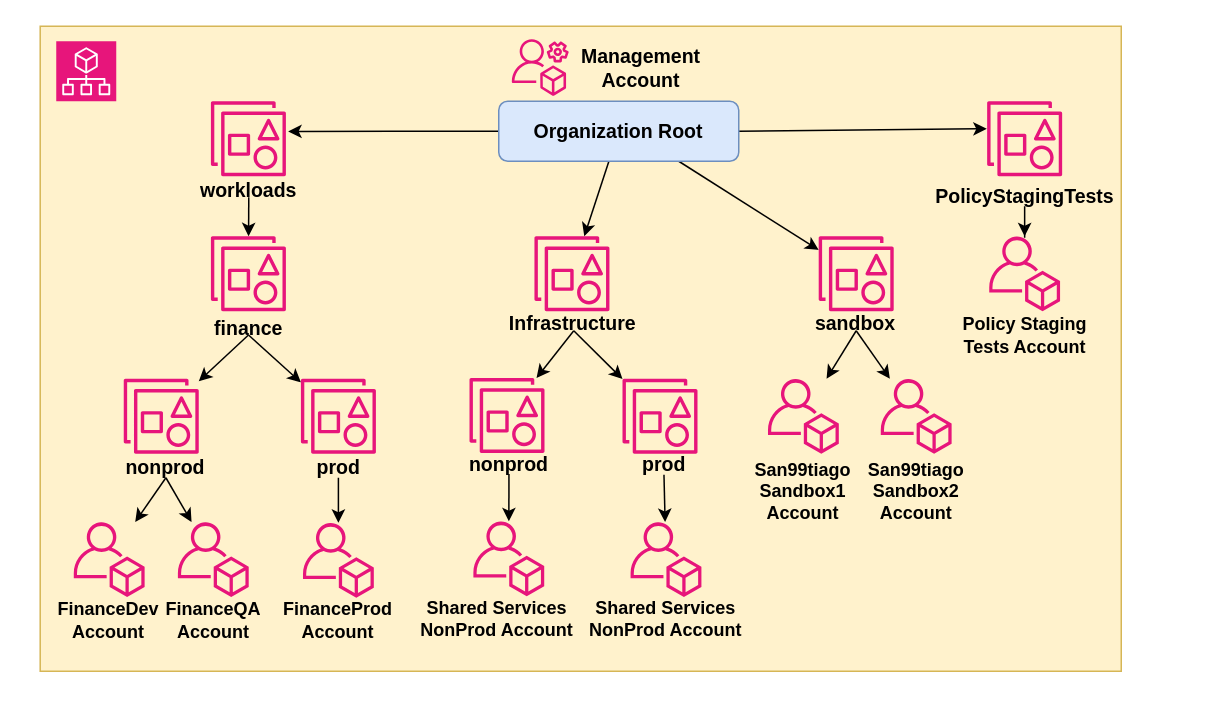
Before: assets/aws-cdk-organizations-demo.drawio in san99tiago/aws-cdk-organizations-demo, a draw.io diagram. Source tidied: cells renumbered, new cells numbered last; positions are measured from the earlier drawing's top-left corner, leaving out a move shared by most shapes. Both pictures are drawn from the tidied source at 150%, with x=0, y=0 at pixel (39, 26).
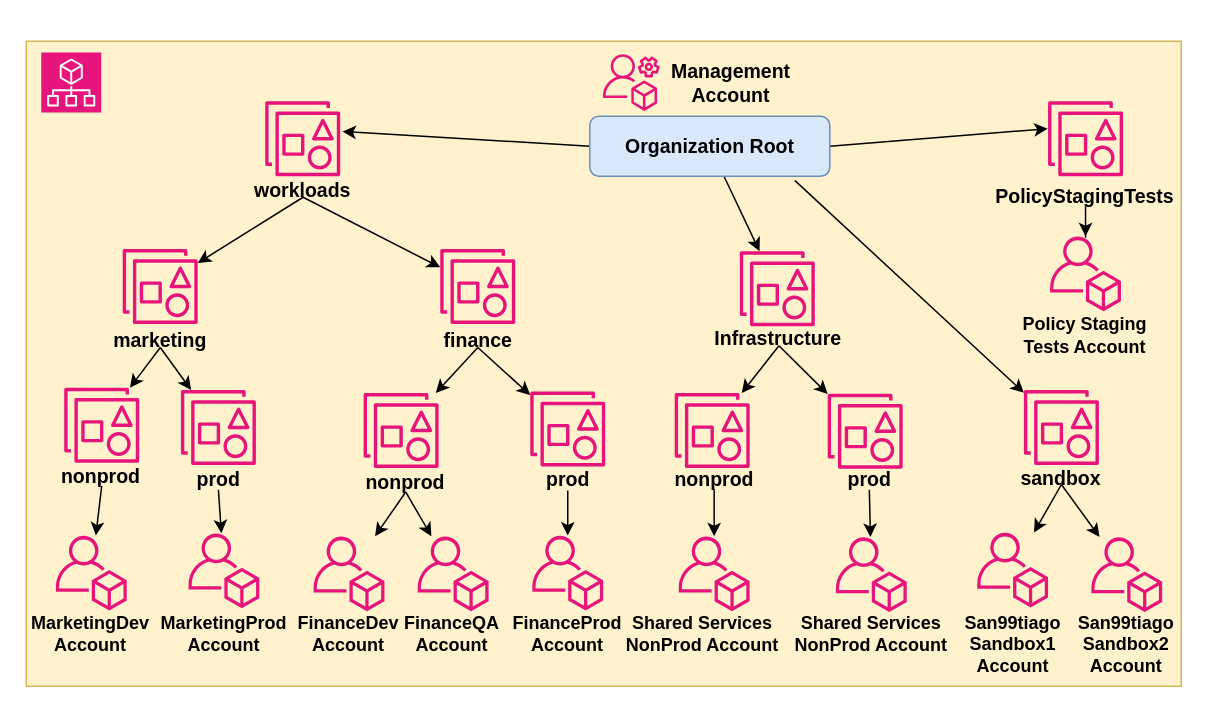
The same page after the edit.

Commit message (it also covers changes not shown here):
Add Marketing OUs and Accounts for DEMO purpose (#10)

Diff of the diagram source:
```diff
@@
     <mxCell id="2" style="rounded=0;whiteSpace=wrap;html=1;fillColor=#fff2cc;fontSize=13;strokeColor=#d6b656;fontStyle=1;" parent="1" vertex="1">
-      <mxGeometry x="0.3" width="720.7" height="430" as="geometry" />
+      <mxGeometry x="-9" y="10" width="770" height="430" as="geometry" />
     </mxCell>
     <mxCell id="3" style="sketch=0;fontColor=#232F3E;fillColor=#E7157B;strokeColor=#ffffff;dashed=0;verticalLabelPosition=bottom;verticalAlign=top;align=center;html=1;fontSize=13;fontStyle=1;shape=mxgraph.aws4.resourceIcon;resIcon=mxgraph.aws4.organizations;" parent="1" vertex="1">
-      <mxGeometry x="11" y="10" width="40" height="40" as="geometry" />
+      <mxGeometry x="1" y="17.5" width="40" height="40" as="geometry" />
     </mxCell>
     <mxCell id="4" style="sketch=0;fontColor=#232F3E;gradientColor=none;fillColor=#E7157B;strokeColor=none;dashed=0;verticalLabelPosition=bottom;verticalAlign=top;align=center;html=1;fontSize=13;fontStyle=1;shape=mxgraph.aws4.organizations_management_account;" parent="1" vertex="1">
-      <mxGeometry x="314.7" y="7.5" width="38" height="40" as="geometry" />
+      <mxGeometry x="375.4" y="17.5" width="38" height="40" as="geometry" />
     </mxCell>
     <mxCell id="5" style="sketch=0;outlineConnect=0;fontColor=#232F3E;gradientColor=none;fillColor=#E7157B;strokeColor=none;dashed=0;verticalLabelPosition=bottom;verticalAlign=top;align=center;html=1;fontSize=13;fontStyle=1;shape=mxgraph.aws4.organizations_organizational_unit2;" parent="1" vertex="1">
-      <mxGeometry x="329.8" y="140" width="50" height="50" as="geometry" />
+      <mxGeometry x="466.7" y="150" width="50" height="50" as="geometry" />
     </mxCell>
-    <mxCell id="6" style="edgeStyle=orthogonalEdgeStyle;rounded=0;jettySize=auto;html=1;entryX=1.03;entryY=0.403;entryDx=0;entryDy=0;entryPerimeter=0;fontStyle=1;" parent="1" edge="1" source="10" target="40">
+    <mxCell id="6" style="rounded=0;jettySize=auto;html=1;entryX=1.03;entryY=0.403;entryDx=0;entryDy=0;entryPerimeter=0;fontStyle=1;exitX=0;exitY=0.5;exitDx=0;exitDy=0;" parent="1" edge="1" source="10" target="40">
       <mxGeometry relative="1" as="geometry" />
     </mxCell>
@@
-    <mxCell id="9" style="edgeStyle=none;rounded=0;jettySize=auto;html=1;exitX=0.75;exitY=1;exitDx=0;exitDy=0;fontStyle=1;" parent="1" edge="1" source="10" target="45">
+    <mxCell id="9" style="edgeStyle=none;rounded=0;jettySize=auto;html=1;exitX=0.855;exitY=1.073;exitDx=0;exitDy=0;fontStyle=1;exitPerimeter=0;" parent="1" edge="1" source="10" target="45">
       <mxGeometry relative="1" as="geometry" />
     </mxCell>
     <mxCell id="10" value="&lt;font style=&quot;font-size: 13px;&quot;&gt;&lt;span style=&quot;font-size: 13px;&quot;&gt;Organization Root&lt;/span&gt;&lt;/font&gt;" style="rounded=1;whiteSpace=wrap;html=1;fontSize=13;fillColor=#dae8fc;strokeColor=#6c8ebf;fontStyle=1;" parent="1" vertex="1">
-      <mxGeometry x="306" y="50" width="160" height="40" as="geometry" />
+      <mxGeometry x="366.7" y="60" width="160" height="40" as="geometry" />
     </mxCell>
     <mxCell id="11" value="Management&lt;br style=&quot;font-size: 13px;&quot;&gt;Account" style="text;html=1;strokeColor=none;fillColor=none;align=center;verticalAlign=middle;whiteSpace=wrap;rounded=0;fontSize=13;fontStyle=1;" parent="1" vertex="1">
-      <mxGeometry x="357.6" y="10" width="86" height="35" as="geometry" />
+      <mxGeometry x="418.4" y="20" width="86" height="35" as="geometry" />
     </mxCell>
@@
     <mxCell id="14" value="Infrastructure" style="text;html=1;strokeColor=none;fillColor=none;align=center;verticalAlign=middle;whiteSpace=wrap;rounded=0;fontSize=13;fontStyle=1;" parent="1" vertex="1">
-      <mxGeometry x="315.4" y="193" width="81.2" height="10" as="geometry" />
+      <mxGeometry x="452.2" y="203" width="81.2" height="10" as="geometry" />
     </mxCell>
     <mxCell id="15" style="sketch=0;outlineConnect=0;fontColor=#232F3E;gradientColor=none;fillColor=#E7157B;strokeColor=none;dashed=0;verticalLabelPosition=bottom;verticalAlign=top;align=center;html=1;fontSize=13;fontStyle=1;shape=mxgraph.aws4.organizations_organizational_unit2;" parent="1" vertex="1">
-      <mxGeometry x="286.5" y="234.5" width="50" height="50" as="geometry" />
+      <mxGeometry x="423.3" y="244.5" width="50" height="50" as="geometry" />
     </mxCell>
@@
     <mxCell id="17" value="nonprod" style="text;html=1;strokeColor=none;fillColor=none;align=center;verticalAlign=middle;whiteSpace=wrap;rounded=0;fontSize=13;fontStyle=1;" parent="1" vertex="1">
-      <mxGeometry x="281.9" y="284.5" width="61.8" height="14" as="geometry" />
+      <mxGeometry x="418.7" y="294.5" width="61.8" height="14" as="geometry" />
     </mxCell>
     <mxCell id="18" style="sketch=0;outlineConnect=0;fontColor=#232F3E;gradientColor=none;fillColor=#E7157B;strokeColor=none;dashed=0;verticalLabelPosition=bottom;verticalAlign=top;align=center;html=1;fontSize=13;fontStyle=1;shape=mxgraph.aws4.organizations_organizational_unit2;" parent="1" vertex="1">
-      <mxGeometry x="388.5" y="235" width="50" height="50" as="geometry" />
+      <mxGeometry x="525.3" y="245" width="50" height="50" as="geometry" />
     </mxCell>
@@
     <mxCell id="20" value="prod" style="text;html=1;strokeColor=none;fillColor=none;align=center;verticalAlign=middle;whiteSpace=wrap;rounded=0;fontSize=13;fontStyle=1;" parent="1" vertex="1">
-      <mxGeometry x="392.8" y="284" width="46.7" height="15" as="geometry" />
+      <mxGeometry x="529.7" y="294" width="46.7" height="15" as="geometry" />
     </mxCell>
     <mxCell id="21" style="sketch=0;outlineConnect=0;fontColor=#232F3E;gradientColor=none;fillColor=#E7157B;strokeColor=none;dashed=0;verticalLabelPosition=bottom;verticalAlign=top;align=center;html=1;fontSize=13;fontStyle=1;shape=mxgraph.aws4.organizations_account;" parent="1" vertex="1">
-      <mxGeometry x="289" y="330" width="47.4" height="50" as="geometry" />
+      <mxGeometry x="425.9" y="340" width="47.4" height="50" as="geometry" />
     </mxCell>
     <mxCell id="22" value="Shared Services&lt;br style=&quot;font-size: 12px;&quot;&gt;NonProd Account" style="text;html=1;strokeColor=none;fillColor=none;align=center;verticalAlign=middle;whiteSpace=wrap;rounded=0;fontSize=12;fontStyle=1;" parent="1" vertex="1">
-      <mxGeometry x="253.3" y="379.5" width="104.3" height="30" as="geometry" />
+      <mxGeometry x="390.1" y="389.5" width="104.3" height="30" as="geometry" />
     </mxCell>
     <mxCell id="23" style="sketch=0;outlineConnect=0;fontColor=#232F3E;gradientColor=none;fillColor=#E7157B;strokeColor=none;dashed=0;verticalLabelPosition=bottom;verticalAlign=top;align=center;html=1;fontSize=13;fontStyle=1;shape=mxgraph.aws4.organizations_account;" parent="1" vertex="1">
-      <mxGeometry x="393.8" y="330.5" width="47.4" height="50" as="geometry" />
+      <mxGeometry x="530.7" y="340.5" width="47.4" height="50" as="geometry" />
     </mxCell>
     <mxCell id="24" value="Shared Services&lt;br style=&quot;font-size: 12px;&quot;&gt;NonProd Account" style="text;html=1;strokeColor=none;fillColor=none;align=center;verticalAlign=middle;whiteSpace=wrap;rounded=0;fontSize=12;fontStyle=1;" parent="1" vertex="1">
-      <mxGeometry x="360.9" y="379.5" width="113.2" height="30.5" as="geometry" />
+      <mxGeometry x="497.8" y="389.5" width="113.2" height="30.5" as="geometry" />
     </mxCell>
     <mxCell id="25" style="sketch=0;outlineConnect=0;fontColor=#232F3E;gradientColor=none;fillColor=#E7157B;strokeColor=none;dashed=0;verticalLabelPosition=bottom;verticalAlign=top;align=center;html=1;fontSize=13;fontStyle=1;shape=mxgraph.aws4.organizations_organizational_unit2;" parent="1" vertex="1">
-      <mxGeometry x="114.1" y="140" width="50" height="50" as="geometry" />
+      <mxGeometry x="267" y="148.5" width="50" height="50" as="geometry" />
     </mxCell>
@@
     <mxCell id="28" value="finance" style="text;html=1;strokeColor=none;fillColor=none;align=center;verticalAlign=middle;whiteSpace=wrap;rounded=0;fontSize=13;fontStyle=1;" parent="1" vertex="1">
-      <mxGeometry x="109.8" y="195.8" width="58.7" height="10" as="geometry" />
+      <mxGeometry x="262.7" y="204.2" width="58.7" height="10" as="geometry" />
     </mxCell>
     <mxCell id="29" style="sketch=0;outlineConnect=0;fontColor=#232F3E;gradientColor=none;fillColor=#E7157B;strokeColor=none;dashed=0;verticalLabelPosition=bottom;verticalAlign=top;align=center;html=1;fontSize=13;fontStyle=1;shape=mxgraph.aws4.organizations_organizational_unit2;" parent="1" vertex="1">
-      <mxGeometry x="56" y="235" width="50" height="50" as="geometry" />
+      <mxGeometry x="215.9" y="244.5" width="50" height="50" as="geometry" />
     </mxCell>
@@
     <mxCell id="32" value="nonprod" style="text;html=1;strokeColor=none;fillColor=none;align=center;verticalAlign=middle;whiteSpace=wrap;rounded=0;fontSize=13;fontStyle=1;" parent="1" vertex="1">
-      <mxGeometry x="54.1" y="287" width="60" height="14" as="geometry" />
+      <mxGeometry x="214" y="296.5" width="60" height="14" as="geometry" />
     </mxCell>
     <mxCell id="33" style="sketch=0;outlineConnect=0;fontColor=#232F3E;gradientColor=none;fillColor=#E7157B;strokeColor=none;dashed=0;verticalLabelPosition=bottom;verticalAlign=top;align=center;html=1;fontSize=13;fontStyle=1;shape=mxgraph.aws4.organizations_organizational_unit2;" parent="1" vertex="1">
-      <mxGeometry x="174.1" y="235" width="50" height="50" as="geometry" />
+      <mxGeometry x="327" y="243.5" width="50" height="50" as="geometry" />
     </mxCell>
@@
     <mxCell id="35" value="prod" style="text;html=1;strokeColor=none;fillColor=none;align=center;verticalAlign=middle;whiteSpace=wrap;rounded=0;fontSize=13;fontStyle=1;" parent="1" vertex="1">
-      <mxGeometry x="177.8" y="286" width="42.6" height="15" as="geometry" />
+      <mxGeometry x="330.7" y="294.5" width="42.6" height="15" as="geometry" />
     </mxCell>
     <mxCell id="36" style="sketch=0;outlineConnect=0;fontColor=#232F3E;gradientColor=none;fillColor=#E7157B;strokeColor=none;dashed=0;verticalLabelPosition=bottom;verticalAlign=top;align=center;html=1;fontSize=13;fontStyle=1;shape=mxgraph.aws4.organizations_account;" parent="1" vertex="1">
-      <mxGeometry x="22.6" y="330.5" width="47.4" height="50" as="geometry" />
+      <mxGeometry x="182.5" y="340" width="47.4" height="50" as="geometry" />
     </mxCell>
     <mxCell id="37" value="FinanceDev&lt;br&gt;Account" style="text;html=1;strokeColor=none;fillColor=none;align=center;verticalAlign=middle;whiteSpace=wrap;rounded=0;fontSize=12;fontStyle=1;" parent="1" vertex="1">
-      <mxGeometry x="8.1" y="380.5" width="76.3" height="30" as="geometry" />
+      <mxGeometry x="168" y="390" width="76.3" height="30" as="geometry" />
     </mxCell>
     <mxCell id="38" style="sketch=0;outlineConnect=0;fontColor=#232F3E;gradientColor=none;fillColor=#E7157B;strokeColor=none;dashed=0;verticalLabelPosition=bottom;verticalAlign=top;align=center;html=1;fontSize=13;fontStyle=1;shape=mxgraph.aws4.organizations_account;" parent="1" vertex="1">
-      <mxGeometry x="92" y="330.5" width="47.4" height="50" as="geometry" />
+      <mxGeometry x="251.9" y="340" width="47.4" height="50" as="geometry" />
     </mxCell>
     <mxCell id="39" value="FinanceQA&lt;br&gt;Account" style="text;html=1;strokeColor=none;fillColor=none;align=center;verticalAlign=middle;whiteSpace=wrap;rounded=0;fontSize=12;fontStyle=1;" parent="1" vertex="1">
-      <mxGeometry x="77.6" y="380.5" width="76.3" height="30" as="geometry" />
+      <mxGeometry x="237.5" y="390" width="76.3" height="30" as="geometry" />
     </mxCell>
     <mxCell id="40" style="sketch=0;outlineConnect=0;fontColor=#232F3E;gradientColor=none;fillColor=#E7157B;strokeColor=none;dashed=0;verticalLabelPosition=bottom;verticalAlign=top;align=center;html=1;fontSize=13;fontStyle=1;shape=mxgraph.aws4.organizations_organizational_unit2;" parent="1" vertex="1">
-      <mxGeometry x="114.1" y="50" width="50" height="50" as="geometry" />
+      <mxGeometry x="150.3" y="50" width="50" height="50" as="geometry" />
     </mxCell>
@@
+    <mxCell id="58" style="rounded=0;jettySize=auto;html=1;exitX=0.5;exitY=1;exitDx=0;exitDy=0;" parent="1" edge="1" source="42" target="69">
+      <mxGeometry relative="1" as="geometry" />
+    </mxCell>
     <mxCell id="42" value="workloads" style="text;html=1;strokeColor=none;fillColor=none;align=center;verticalAlign=middle;whiteSpace=wrap;rounded=0;fontSize=13;fontStyle=1;" parent="1" vertex="1">
-      <mxGeometry x="100.9" y="104" width="76.9" height="10" as="geometry" />
+      <mxGeometry x="137.1" y="104" width="76.9" height="10" as="geometry" />
     </mxCell>
     <mxCell id="43" style="sketch=0;outlineConnect=0;fontColor=#232F3E;gradientColor=none;fillColor=#E7157B;strokeColor=none;dashed=0;verticalLabelPosition=bottom;verticalAlign=top;align=center;html=1;fontSize=13;fontStyle=1;shape=mxgraph.aws4.organizations_account;" parent="1" vertex="1">
-      <mxGeometry x="175.4" y="331" width="47.4" height="50" as="geometry" />
+      <mxGeometry x="328.3" y="339.5" width="47.4" height="50" as="geometry" />
     </mxCell>
     <mxCell id="44" value="FinanceProd&lt;br&gt;Account" style="text;html=1;strokeColor=none;fillColor=none;align=center;verticalAlign=middle;whiteSpace=wrap;rounded=0;fontSize=12;fontStyle=1;" parent="1" vertex="1">
-      <mxGeometry x="160.9" y="381" width="76.3" height="30" as="geometry" />
+      <mxGeometry x="313.8" y="389.5" width="76.3" height="30" as="geometry" />
     </mxCell>
     <mxCell id="45" style="sketch=0;outlineConnect=0;fontColor=#232F3E;gradientColor=none;fillColor=#E7157B;strokeColor=none;dashed=0;verticalLabelPosition=bottom;verticalAlign=top;align=center;html=1;fontSize=13;fontStyle=1;shape=mxgraph.aws4.organizations_organizational_unit2;fillStyle=auto;" parent="1" vertex="1">
-      <mxGeometry x="519.3" y="140" width="50" height="50" as="geometry" />
+      <mxGeometry x="656.1" y="242.5" width="50" height="50" as="geometry" />
     </mxCell>
@@
     <mxCell id="48" value="sandbox" style="text;html=1;strokeColor=none;fillColor=none;align=center;verticalAlign=middle;whiteSpace=wrap;rounded=0;fontSize=13;fontStyle=1;" parent="1" vertex="1">
-      <mxGeometry x="509.3" y="193" width="70" height="10" as="geometry" />
+      <mxGeometry x="646.1" y="295.5" width="70" height="10" as="geometry" />
     </mxCell>
     <mxCell id="49" style="sketch=0;outlineConnect=0;fontColor=#232F3E;gradientColor=none;fillColor=#E7157B;strokeColor=none;dashed=0;verticalLabelPosition=bottom;verticalAlign=top;align=center;html=1;fontSize=13;fontStyle=1;shape=mxgraph.aws4.organizations_account;" parent="1" vertex="1">
-      <mxGeometry x="560.6" y="235" width="47.4" height="50" as="geometry" />
+      <mxGeometry x="701" y="340.5" width="47.4" height="50" as="geometry" />
     </mxCell>
     <mxCell id="50" value="San99tiago&lt;br&gt;Sandbox2&lt;br&gt;Account" style="text;html=1;strokeColor=none;fillColor=none;align=center;verticalAlign=middle;whiteSpace=wrap;rounded=0;fontSize=12;fontStyle=1;" parent="1" vertex="1">
-      <mxGeometry x="551.8" y="287" width="64.9" height="45" as="geometry" />
+      <mxGeometry x="692.3" y="389.5" width="64.9" height="45" as="geometry" />
     </mxCell>
     <mxCell id="51" style="sketch=0;outlineConnect=0;fontColor=#232F3E;gradientColor=none;fillColor=#E7157B;strokeColor=none;dashed=0;verticalLabelPosition=bottom;verticalAlign=top;align=center;html=1;fontSize=13;fontStyle=1;shape=mxgraph.aws4.organizations_organizational_unit2;" parent="1" vertex="1">
-      <mxGeometry x="631.6" y="50" width="50" height="50" as="geometry" />
+      <mxGeometry x="672.2" y="50" width="50" height="50" as="geometry" />
     </mxCell>
@@
     <mxCell id="53" value="PolicyStagingTests" style="text;html=1;strokeColor=none;fillColor=none;align=center;verticalAlign=middle;whiteSpace=wrap;rounded=0;fontSize=13;fontStyle=1;" parent="1" vertex="1">
-      <mxGeometry x="596.6" y="104" width="120" height="17" as="geometry" />
+      <mxGeometry x="637.2" y="104" width="120" height="17" as="geometry" />
     </mxCell>
     <mxCell id="54" style="sketch=0;outlineConnect=0;fontColor=#232F3E;gradientColor=none;fillColor=#E7157B;strokeColor=none;dashed=0;verticalLabelPosition=bottom;verticalAlign=top;align=center;html=1;fontSize=13;fontStyle=1;shape=mxgraph.aws4.organizations_account;" parent="1" vertex="1">
-      <mxGeometry x="632.9" y="140" width="47.4" height="50" as="geometry" />
+      <mxGeometry x="673.5" y="140" width="47.4" height="50" as="geometry" />
     </mxCell>
     <mxCell id="55" value="Policy Staging&lt;br&gt;Tests Account" style="text;html=1;strokeColor=none;fillColor=none;align=center;verticalAlign=middle;whiteSpace=wrap;rounded=0;fontSize=12;fontStyle=1;" parent="1" vertex="1">
-      <mxGeometry x="611.6" y="190" width="90" height="31" as="geometry" />
+      <mxGeometry x="652.2" y="190" width="90" height="31" as="geometry" />
     </mxCell>
     <mxCell id="56" style="sketch=0;outlineConnect=0;fontColor=#232F3E;gradientColor=none;fillColor=#E7157B;strokeColor=none;dashed=0;verticalLabelPosition=bottom;verticalAlign=top;align=center;html=1;fontSize=13;fontStyle=1;shape=mxgraph.aws4.organizations_account;" parent="1" vertex="1">
-      <mxGeometry x="485.4" y="235" width="47.4" height="50" as="geometry" />
+      <mxGeometry x="624.9" y="337.5" width="47.4" height="50" as="geometry" />
     </mxCell>
     <mxCell id="57" value="San99tiago&lt;br&gt;Sandbox1&lt;br&gt;Account" style="text;html=1;strokeColor=none;fillColor=none;align=center;verticalAlign=middle;whiteSpace=wrap;rounded=0;fontSize=12;fontStyle=1;" parent="1" vertex="1">
-      <mxGeometry x="474.2" y="287" width="70" height="45" as="geometry" />
+      <mxGeometry x="613.6" y="389.5" width="70" height="45" as="geometry" />
     </mxCell>
+    <mxCell id="59" style="sketch=0;outlineConnect=0;fontColor=#232F3E;gradientColor=none;fillColor=#E7157B;strokeColor=none;dashed=0;verticalLabelPosition=bottom;verticalAlign=top;align=center;html=1;fontSize=13;fontStyle=1;shape=mxgraph.aws4.organizations_organizational_unit2;" parent="1" vertex="1">
+      <mxGeometry x="16.3" y="241" width="50" height="50" as="geometry" />
+    </mxCell>
+    <mxCell id="60" style="edgeStyle=none;rounded=0;jettySize=auto;html=1;exitX=0.5;exitY=1;exitDx=0;exitDy=0;fontStyle=1;" parent="1" edge="1" source="61" target="65">
+      <mxGeometry relative="1" as="geometry" />
+    </mxCell>
+    <mxCell id="61" value="nonprod" style="text;html=1;strokeColor=none;fillColor=none;align=center;verticalAlign=middle;whiteSpace=wrap;rounded=0;fontSize=13;fontStyle=1;" parent="1" vertex="1">
+      <mxGeometry x="11.3" y="292.5" width="60" height="14" as="geometry" />
+    </mxCell>
+    <mxCell id="62" style="sketch=0;outlineConnect=0;fontColor=#232F3E;gradientColor=none;fillColor=#E7157B;strokeColor=none;dashed=0;verticalLabelPosition=bottom;verticalAlign=top;align=center;html=1;fontSize=13;fontStyle=1;shape=mxgraph.aws4.organizations_organizational_unit2;" parent="1" vertex="1">
+      <mxGeometry x="94.1" y="242.5" width="50" height="50" as="geometry" />
+    </mxCell>
+    <mxCell id="63" style="edgeStyle=none;rounded=0;jettySize=auto;html=1;exitX=0.5;exitY=1;exitDx=0;exitDy=0;fontStyle=1;" parent="1" edge="1" source="64" target="67">
+      <mxGeometry relative="1" as="geometry" />
+    </mxCell>
+    <mxCell id="64" value="prod" style="text;html=1;strokeColor=none;fillColor=none;align=center;verticalAlign=middle;whiteSpace=wrap;rounded=0;fontSize=13;fontStyle=1;" parent="1" vertex="1">
+      <mxGeometry x="97.8" y="294" width="42.6" height="15" as="geometry" />
+    </mxCell>
+    <mxCell id="65" style="sketch=0;outlineConnect=0;fontColor=#232F3E;gradientColor=none;fillColor=#E7157B;strokeColor=none;dashed=0;verticalLabelPosition=bottom;verticalAlign=top;align=center;html=1;fontSize=13;fontStyle=1;shape=mxgraph.aws4.organizations_account;" parent="1" vertex="1">
+      <mxGeometry x="10.7" y="339.5" width="47.4" height="50" as="geometry" />
+    </mxCell>
+    <mxCell id="66" value="MarketingDev&lt;br&gt;Account" style="text;html=1;strokeColor=none;fillColor=none;align=center;verticalAlign=middle;whiteSpace=wrap;rounded=0;fontSize=12;fontStyle=1;" parent="1" vertex="1">
+      <mxGeometry x="-3.7" y="390" width="76.3" height="30" as="geometry" />
+    </mxCell>
+    <mxCell id="67" style="sketch=0;outlineConnect=0;fontColor=#232F3E;gradientColor=none;fillColor=#E7157B;strokeColor=none;dashed=0;verticalLabelPosition=bottom;verticalAlign=top;align=center;html=1;fontSize=13;fontStyle=1;shape=mxgraph.aws4.organizations_account;" parent="1" vertex="1">
+      <mxGeometry x="99.1" y="338" width="47.4" height="50" as="geometry" />
+    </mxCell>
+    <mxCell id="68" value="MarketingProd&lt;br&gt;Account" style="text;html=1;strokeColor=none;fillColor=none;align=center;verticalAlign=middle;whiteSpace=wrap;rounded=0;fontSize=12;fontStyle=1;" parent="1" vertex="1">
+      <mxGeometry x="84.7" y="389.5" width="76.3" height="30" as="geometry" />
+    </mxCell>
+    <mxCell id="69" style="sketch=0;outlineConnect=0;fontColor=#232F3E;gradientColor=none;fillColor=#E7157B;strokeColor=none;dashed=0;verticalLabelPosition=bottom;verticalAlign=top;align=center;html=1;fontSize=13;fontStyle=1;shape=mxgraph.aws4.organizations_organizational_unit2;" parent="1" vertex="1">
+      <mxGeometry x="55.3" y="148.5" width="50" height="50" as="geometry" />
+    </mxCell>
+    <mxCell id="70" style="rounded=0;jettySize=auto;html=1;exitX=0.5;exitY=1;exitDx=0;exitDy=0;" parent="1" edge="1" source="72" target="59">
+      <mxGeometry relative="1" as="geometry" />
+    </mxCell>
+    <mxCell id="71" style="rounded=0;jettySize=auto;html=1;exitX=0.5;exitY=1;exitDx=0;exitDy=0;" parent="1" edge="1" source="72" target="62">
+      <mxGeometry relative="1" as="geometry" />
+    </mxCell>
+    <mxCell id="72" value="marketing" style="text;html=1;strokeColor=none;fillColor=none;align=center;verticalAlign=middle;whiteSpace=wrap;rounded=0;fontSize=13;fontStyle=1;" parent="1" vertex="1">
+      <mxGeometry x="51" y="204.2" width="58.7" height="10" as="geometry" />
+    </mxCell>
```
